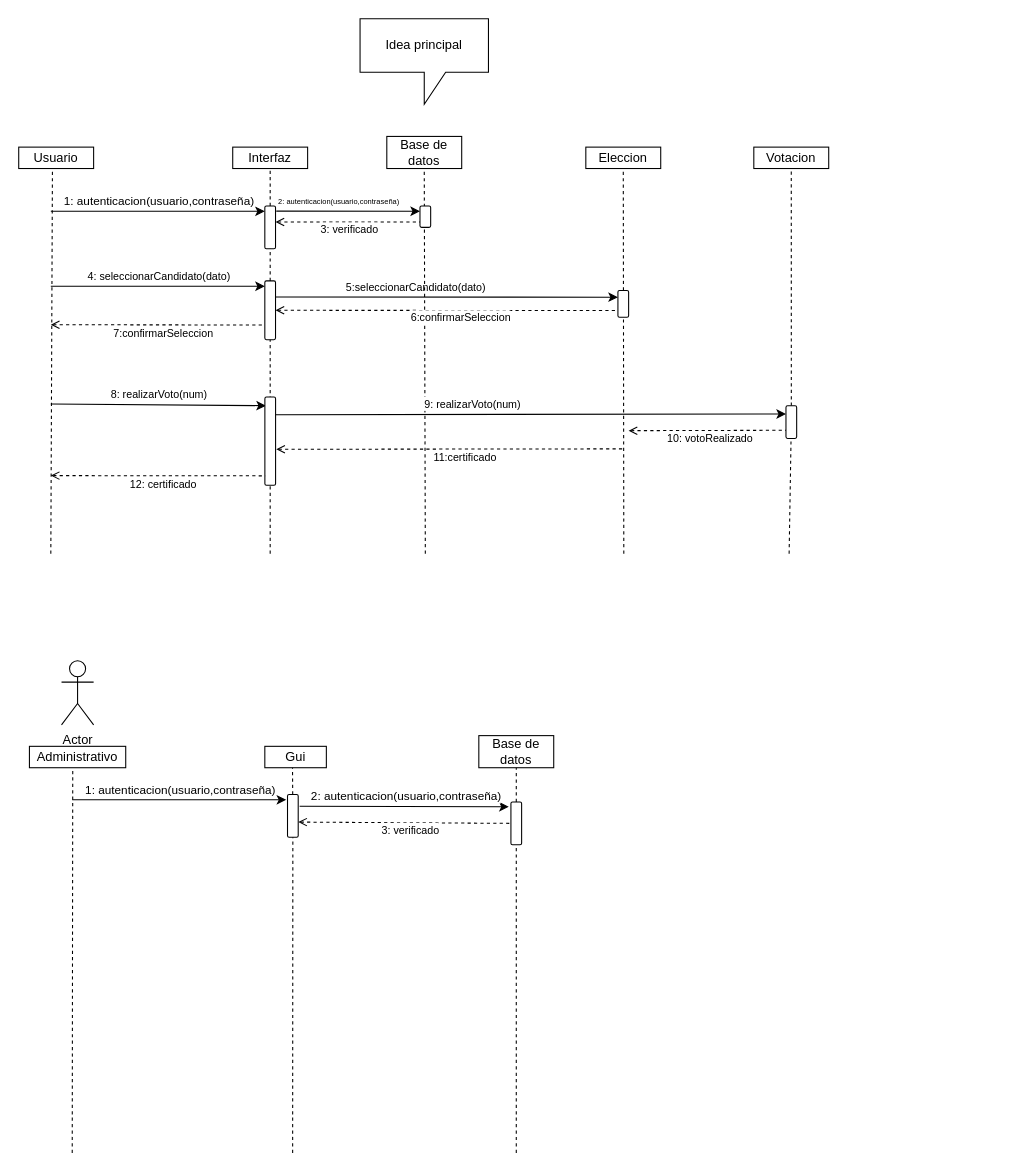
This is DiagraSecue.drawio from Andres-Nicolas/Diagramas, a draw.io file, before an edit. Source tidied: cells renumbered, new cells numbered last; positions are measured from the earlier drawing's top-left corner, leaving out a move shared by most shapes. Both pictures are drawn from the tidied source at 107%, with x=0, y=0 at pixel (18, 18).
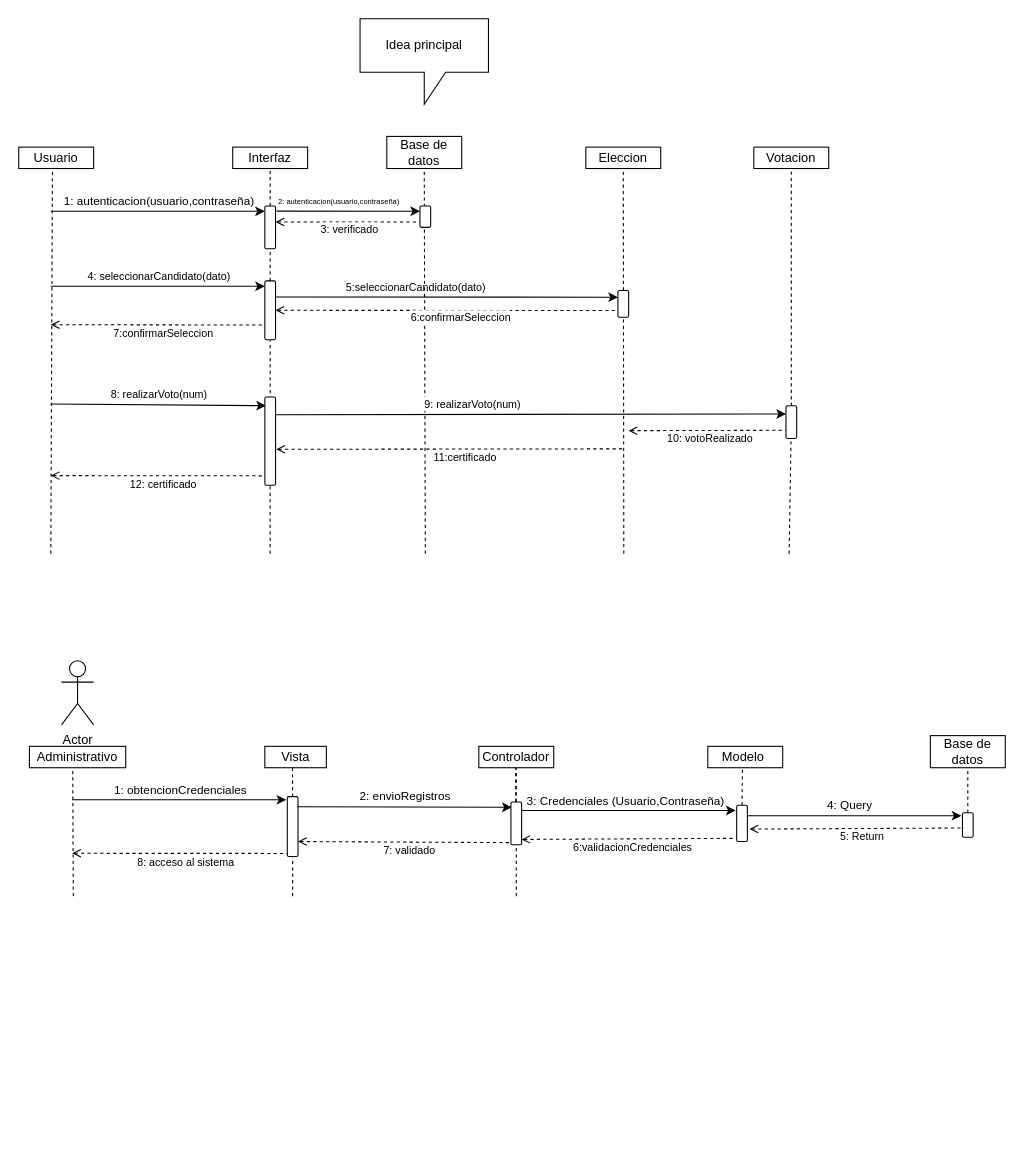
The same diagram, later.

The change refers to these unchanged cells:
```xml
<mxCell id="46" value="Administrativo" style="rounded=0;whiteSpace=wrap;html=1;" parent="1" vertex="1">
  <mxGeometry x="10" y="680" width="90" height="20" as="geometry" />
</mxCell>
<mxCell id="51" style="endArrow=classic;html=1;rounded=0;" parent="1" edge="1">
  <mxGeometry relative="1" as="geometry">
    <mxPoint x="50" y="730" as="sourcePoint" />
    <mxPoint x="250" y="730" as="targetPoint" />
  </mxGeometry>
</mxCell>
<mxCell id="60" style="rounded=1;whiteSpace=wrap;html=1;rotation=90;" parent="1" vertex="1">
  <mxGeometry x="445" y="747" width="40" height="10" as="geometry" />
</mxCell>
```

The edit, as a diff of the source:
```diff
@@
     <mxCell id="47" style="endArrow=none;dashed=1;html=1;rounded=0;entryX=0.45;entryY=1;entryDx=0;entryDy=0;entryPerimeter=0;" parent="1" edge="1" target="46">
       <mxGeometry relative="1" as="geometry">
-        <mxPoint x="50" y="1060" as="sourcePoint" />
+        <mxPoint x="51" y="820" as="sourcePoint" />
       </mxGeometry>
     </mxCell>
@@
-    <mxCell id="49" value="Gui" style="rounded=0;whiteSpace=wrap;html=1;" parent="1" vertex="1">
+    <mxCell id="49" value="Vista" style="rounded=0;whiteSpace=wrap;html=1;" parent="1" vertex="1">
       <mxGeometry x="230" y="680" width="57.5" height="20" as="geometry" />
     </mxCell>
@@
-    <mxCell id="52" value="1: autenticacion(usuario,contraseña)" style="edgeLabel;html=1;align=center;verticalAlign=middle;" parent="51" vertex="1">
+    <mxCell id="52" value="1: obtencionCredenciales" style="edgeLabel;html=1;align=center;verticalAlign=middle;" parent="51" vertex="1">
       <mxGeometry x="-0.4" y="1" relative="1" as="geometry">
         <mxPoint x="40" y="-9" as="offset" />
       </mxGeometry>
     </mxCell>
     <mxCell id="53" style="endArrow=none;dashed=1;html=1;rounded=0;entryX=1;entryY=0.5;entryDx=0;entryDy=0;" parent="1" edge="1" target="54">
       <mxGeometry relative="1" as="geometry">
-        <mxPoint x="256" y="1060" as="sourcePoint" />
+        <mxPoint x="256" y="820" as="sourcePoint" />
       </mxGeometry>
     </mxCell>
     <mxCell id="54" style="rounded=1;whiteSpace=wrap;html=1;rotation=90;" parent="1" vertex="1">
-      <mxGeometry x="236.2" y="740" width="40" height="10" as="geometry" />
+      <mxGeometry x="228" y="750" width="56" height="10" as="geometry" />
     </mxCell>
-    <mxCell id="55" value="Base de datos" style="rounded=0;whiteSpace=wrap;html=1;" parent="1" vertex="1">
-      <mxGeometry x="430" y="670" width="70" height="30" as="geometry" />
+    <mxCell id="55" value="Controlador" style="rounded=0;whiteSpace=wrap;html=1;" parent="1" vertex="1">
+      <mxGeometry x="430" y="680" width="70" height="20" as="geometry" />
     </mxCell>
@@
-    <mxCell id="57" style="endArrow=classic;html=1;rounded=0;entryX=0.113;entryY=1.205;entryDx=0;entryDy=0;entryPerimeter=0;" parent="1" edge="1" target="60">
-      <mxGeometry relative="1" as="geometry">
-        <mxPoint x="262.5" y="736" as="sourcePoint" />
-      </mxGeometry>
+    <mxCell id="57" style="endArrow=classic;html=1;rounded=0;entryX=0.125;entryY=0.933;entryDx=0;entryDy=0;entryPerimeter=0;exitX=0.17;exitY=0.067;exitDx=0;exitDy=0;exitPerimeter=0;" parent="1" edge="1" source="54" target="60">
+      <mxGeometry relative="1" as="geometry" />
     </mxCell>
-    <mxCell id="58" value="2: autenticacion(usuario,contraseña)" style="edgeLabel;html=1;align=center;verticalAlign=middle;" parent="57" vertex="1">
+    <mxCell id="58" value="2: envioRegistros" style="edgeLabel;html=1;align=center;verticalAlign=middle;" parent="57" vertex="1">
       <mxGeometry x="-0.4" y="1" relative="1" as="geometry">
         <mxPoint x="40" y="-9" as="offset" />
       </mxGeometry>
     </mxCell>
     <mxCell id="59" style="endArrow=none;dashed=1;html=1;rounded=0;startSize=6;entryX=1;entryY=0.5;entryDx=0;entryDy=0;" parent="1" edge="1" target="60">
       <mxGeometry relative="1" as="geometry">
-        <mxPoint x="465" y="1060" as="sourcePoint" />
+        <mxPoint x="465" y="820" as="sourcePoint" />
       </mxGeometry>
     </mxCell>
@@
-    <mxCell id="61" style="endArrow=none;dashed=1;html=1;rounded=0;entryX=0.5;entryY=1;entryDx=0;entryDy=0;exitX=0.645;exitY=-0.004;exitDx=0;exitDy=0;startArrow=open;startFill=0;exitPerimeter=0;" parent="1" edge="1" source="54" target="60">
-      <mxGeometry relative="1" as="geometry" />
+    <mxCell id="61" style="endArrow=none;dashed=1;html=1;rounded=0;startArrow=open;startFill=0;exitX=0.75;exitY=0;exitDx=0;exitDy=0;" parent="1" edge="1" source="54">
+      <mxGeometry relative="1" as="geometry">
+        <mxPoint x="460" y="770" as="targetPoint" />
+      </mxGeometry>
     </mxCell>
-    <mxCell id="62" value="&lt;font style=&quot;font-size: 10px;&quot;&gt;3: verificado&lt;/font&gt;" style="edgeLabel;html=1;align=center;verticalAlign=middle;" parent="61" vertex="1">
-      <mxGeometry x="0.14" y="-2" relative="1" as="geometry">
+    <mxCell id="62" value="&lt;font style=&quot;font-size: 10px;&quot;&gt;7: validado&lt;/font&gt;" style="edgeLabel;html=1;align=center;verticalAlign=middle;" parent="61" vertex="1">
+      <mxGeometry x="0.14" y="-3" relative="1" as="geometry">
         <mxPoint x="-9" y="4" as="offset" />
       </mxGeometry>
     </mxCell>
+    <mxCell id="63" style="endArrow=none;dashed=1;html=1;rounded=0;startSize=6;entryX=0.5;entryY=1;entryDx=0;entryDy=0;" parent="1" edge="1">
+      <mxGeometry relative="1" as="geometry">
+        <mxPoint x="464.5" y="732" as="sourcePoint" />
+        <mxPoint x="464.5" y="700" as="targetPoint" />
+      </mxGeometry>
+    </mxCell>
+    <mxCell id="64" value="Modelo&amp;nbsp;" style="rounded=0;whiteSpace=wrap;html=1;" parent="1" vertex="1">
+      <mxGeometry x="644" y="680" width="70" height="20" as="geometry" />
+    </mxCell>
+    <mxCell id="65" style="endArrow=none;dashed=1;html=1;rounded=0;startSize=6;entryX=0.462;entryY=1;entryDx=0;entryDy=0;entryPerimeter=0;exitX=0;exitY=0.5;exitDx=0;exitDy=0;" parent="1" edge="1" source="70" target="64">
+      <mxGeometry relative="1" as="geometry" />
+    </mxCell>
+    <mxCell id="66" value="Base de datos" style="rounded=0;whiteSpace=wrap;html=1;" parent="1" vertex="1">
+      <mxGeometry x="852" y="670" width="70" height="30" as="geometry" />
+    </mxCell>
+    <mxCell id="67" style="endArrow=none;dashed=1;html=1;rounded=0;startSize=6;entryX=0.5;entryY=1;entryDx=0;entryDy=0;exitX=0;exitY=0.5;exitDx=0;exitDy=0;" parent="1" edge="1" source="73" target="66">
+      <mxGeometry relative="1" as="geometry" />
+    </mxCell>
+    <mxCell id="68" style="endArrow=classic;html=1;rounded=0;" parent="1" edge="1">
+      <mxGeometry relative="1" as="geometry">
+        <mxPoint x="470" y="740" as="sourcePoint" />
+        <mxPoint x="670" y="740" as="targetPoint" />
+      </mxGeometry>
+    </mxCell>
+    <mxCell id="69" value="3: Credenciales (Usuario,Contraseña)" style="edgeLabel;html=1;align=center;verticalAlign=middle;" parent="68" vertex="1">
+      <mxGeometry x="-0.4" y="1" relative="1" as="geometry">
+        <mxPoint x="36" y="-9" as="offset" />
+      </mxGeometry>
+    </mxCell>
+    <mxCell id="70" style="rounded=1;whiteSpace=wrap;html=1;rotation=90;" parent="1" vertex="1">
+      <mxGeometry x="659" y="747" width="34" height="10" as="geometry" />
+    </mxCell>
+    <mxCell id="71" style="endArrow=classic;html=1;rounded=0;" parent="1" edge="1">
+      <mxGeometry relative="1" as="geometry">
+        <mxPoint x="681" y="744.8" as="sourcePoint" />
+        <mxPoint x="881" y="744.8" as="targetPoint" />
+      </mxGeometry>
+    </mxCell>
+    <mxCell id="72" value="4: Query&amp;nbsp;" style="edgeLabel;html=1;align=center;verticalAlign=middle;" parent="71" vertex="1">
+      <mxGeometry x="-0.4" y="1" relative="1" as="geometry">
+        <mxPoint x="36" y="-9" as="offset" />
+      </mxGeometry>
+    </mxCell>
+    <mxCell id="73" style="rounded=1;whiteSpace=wrap;html=1;rotation=90;" parent="1" vertex="1">
+      <mxGeometry x="875.5" y="748.5" width="23" height="10" as="geometry" />
+    </mxCell>
+    <mxCell id="74" style="endArrow=none;dashed=1;html=1;rounded=0;startArrow=open;startFill=0;entryX=0.623;entryY=0.867;entryDx=0;entryDy=0;entryPerimeter=0;exitX=0.657;exitY=-0.2;exitDx=0;exitDy=0;exitPerimeter=0;" parent="1" edge="1" source="70" target="73">
+      <mxGeometry relative="1" as="geometry" />
+    </mxCell>
+    <mxCell id="75" value="&lt;font style=&quot;font-size: 10px;&quot;&gt;5: Return&lt;/font&gt;" style="edgeLabel;html=1;align=center;verticalAlign=middle;" parent="74" vertex="1">
+      <mxGeometry x="0.14" y="-2" relative="1" as="geometry">
+        <mxPoint x="-10" y="5" as="offset" />
+      </mxGeometry>
+    </mxCell>
+    <mxCell id="76" style="endArrow=none;dashed=1;html=1;rounded=0;startArrow=open;startFill=0;exitX=0.657;exitY=-0.2;exitDx=0;exitDy=0;exitPerimeter=0;" parent="1" edge="1">
+      <mxGeometry relative="1" as="geometry">
+        <mxPoint x="470" y="767" as="sourcePoint" />
+        <mxPoint x="670" y="766" as="targetPoint" />
+      </mxGeometry>
+    </mxCell>
+    <mxCell id="77" value="&lt;font style=&quot;font-size: 10px;&quot;&gt;6:validacionCredenciales&amp;nbsp;&lt;/font&gt;" style="edgeLabel;html=1;align=center;verticalAlign=middle;" parent="76" vertex="1">
+      <mxGeometry x="0.14" y="-2" relative="1" as="geometry">
+        <mxPoint x="-10" y="5" as="offset" />
+      </mxGeometry>
+    </mxCell>
+    <mxCell id="78" style="endArrow=none;dashed=1;html=1;rounded=0;startArrow=open;startFill=0;entryX=0.948;entryY=0.956;entryDx=0;entryDy=0;entryPerimeter=0;" parent="1" edge="1" target="54">
+      <mxGeometry relative="1" as="geometry">
+        <mxPoint x="50" y="780" as="sourcePoint" />
+      </mxGeometry>
+    </mxCell>
+    <mxCell id="79" value="&lt;font style=&quot;font-size: 10px;&quot;&gt;8: acceso al sistema&lt;/font&gt;" style="edgeLabel;html=1;align=center;verticalAlign=middle;" parent="78" vertex="1">
+      <mxGeometry x="0.14" y="-3" relative="1" as="geometry">
+        <mxPoint x="-9" y="4" as="offset" />
+      </mxGeometry>
+    </mxCell>
```
